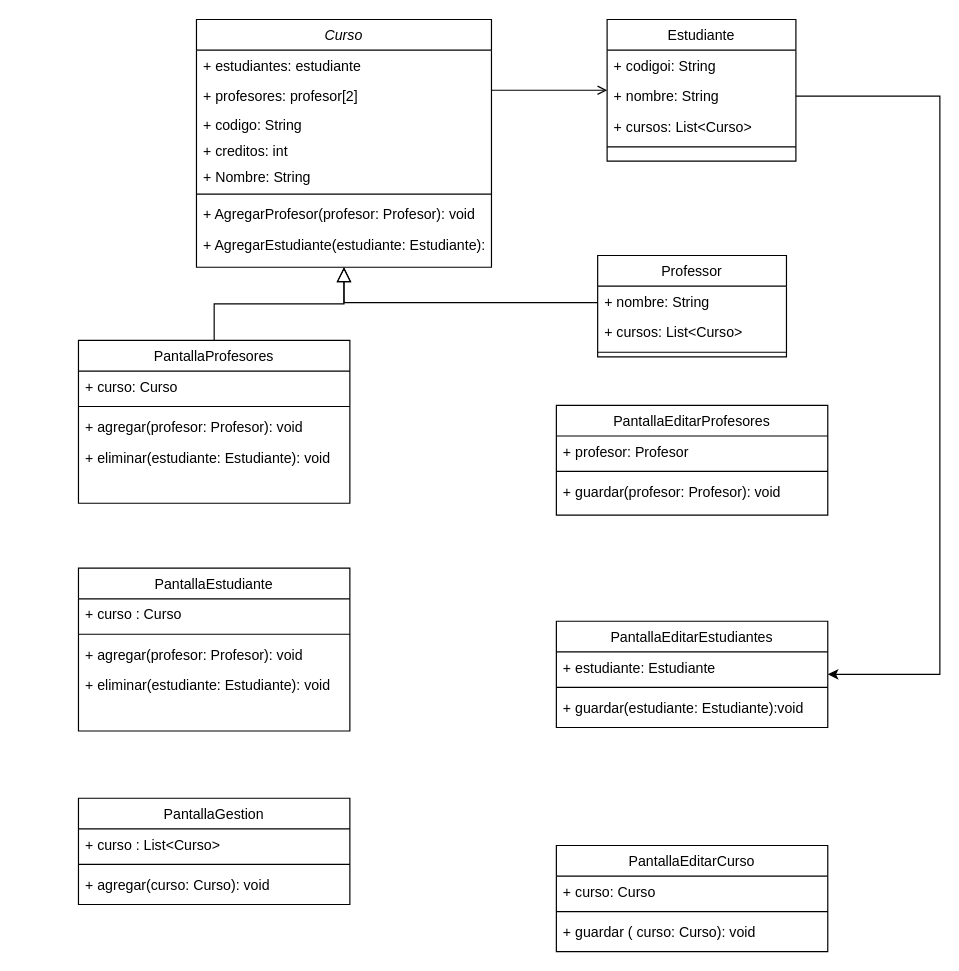
Above: Untitled Diagram.drawio in victovictorio00/Diagramas (draw.io), before the change. Source tidied: cells renumbered, new cells numbered last; positions are measured from the earlier drawing's top-left corner, leaving out a move shared by most shapes. Both pictures are drawn from the tidied source at 118%, with x=0, y=0 at pixel (78, 19).
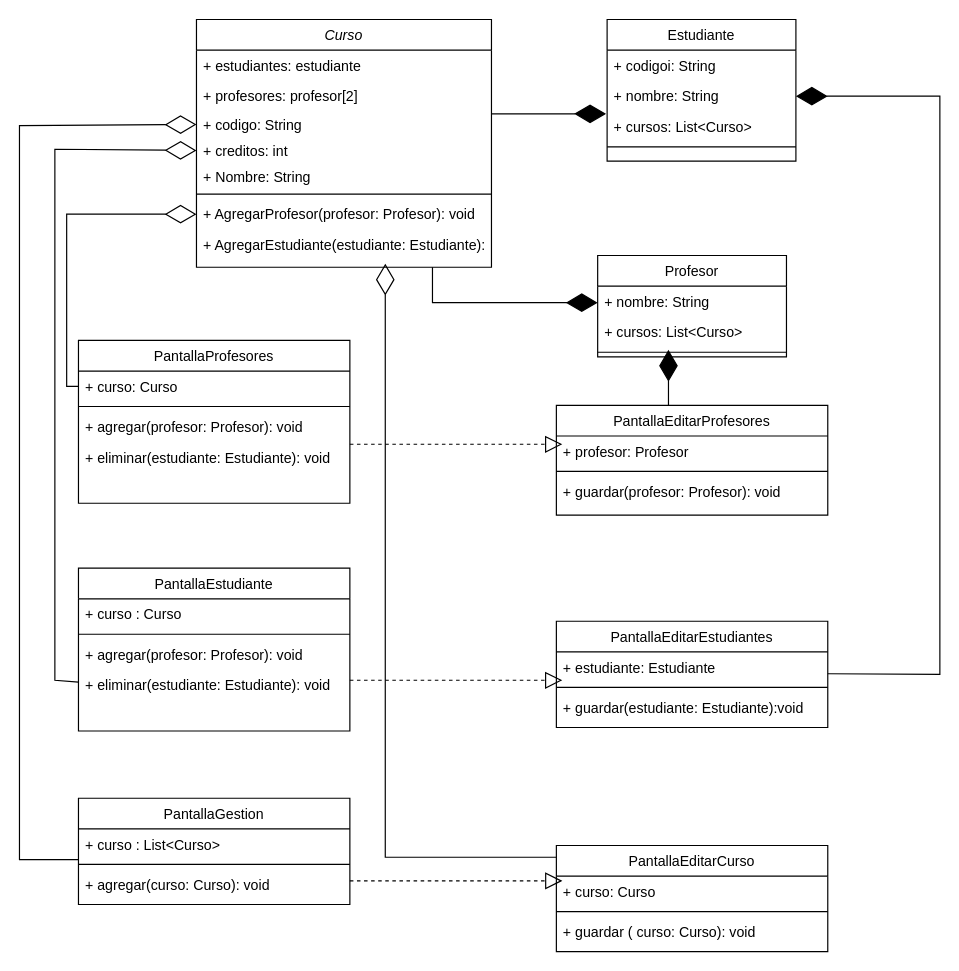
Above is the later version.

Unchanged cells that the change refers to:
```xml
<mxCell id="2" value="Curso" style="swimlane;fontStyle=2;align=center;verticalAlign=top;horizontal=1;startSize=26;rounded=0;shadow=0;strokeWidth=1;direction=east;" parent="1" vertex="1">
  <mxGeometry x="100" width="250" height="210" as="geometry" />
</mxCell>
<mxCell id="5" value="+ codigo: String" style="text;align=left;verticalAlign=middle;spacingLeft=4;spacingRight=4;overflow=hidden;points=[[0,0.5],[1,0.5]];portConstraint=eastwest;rounded=0;shadow=0;html=0;" parent="2" vertex="1">
  <mxGeometry y="78" width="250" height="22" as="geometry" />
</mxCell>
<mxCell id="6" value="+ creditos: int" style="text;align=left;verticalAlign=middle;spacingLeft=4;spacingRight=4;overflow=hidden;points=[[0,0.5],[1,0.5]];portConstraint=eastwest;rounded=0;shadow=0;html=0;" parent="2" vertex="1">
  <mxGeometry y="100" width="250" height="22" as="geometry" />
</mxCell>
<mxCell id="9" value="+ AgregarProfesor(profesor: Profesor): void" style="text;align=left;verticalAlign=top;spacingLeft=4;spacingRight=4;overflow=hidden;points=[[0,0.5],[1,0.5]];portConstraint=eastwest;" parent="2" vertex="1">
  <mxGeometry y="152" width="250" height="26" as="geometry" />
</mxCell>
<mxCell id="10" value="+ AgregarEstudiante(estudiante: Estudiante): void" style="text;align=left;verticalAlign=top;spacingLeft=4;spacingRight=4;overflow=hidden;points=[[0,0.5],[1,0.5]];portConstraint=eastwest;" parent="2" vertex="1">
  <mxGeometry y="178" width="250" height="26" as="geometry" />
</mxCell>
<mxCell id="11" value="PantallaProfesores" style="swimlane;fontStyle=0;align=center;verticalAlign=top;horizontal=1;startSize=26;rounded=0;shadow=0;strokeWidth=1;" parent="1" vertex="1">
  <mxGeometry y="272" width="230" height="138" as="geometry" />
</mxCell>
<mxCell id="12" value="+ curso: Curso" style="text;align=left;verticalAlign=top;spacingLeft=4;spacingRight=4;overflow=hidden;points=[[0,0.5],[1,0.5]];portConstraint=eastwest;" parent="11" vertex="1">
  <mxGeometry y="26" width="230" height="26" as="geometry" />
</mxCell>
<mxCell id="22" value="Estudiante" style="swimlane;fontStyle=0;align=center;verticalAlign=top;horizontal=1;startSize=26;rounded=0;shadow=0;strokeWidth=1;" parent="1" vertex="1">
  <mxGeometry x="448" width="160" height="120" as="geometry" />
</mxCell>
<mxCell id="24" value="+ nombre: String" style="text;align=left;verticalAlign=top;spacingLeft=4;spacingRight=4;overflow=hidden;points=[[0,0.5],[1,0.5]];portConstraint=eastwest;rounded=0;shadow=0;html=0;" parent="22" vertex="1">
  <mxGeometry y="52" width="160" height="26" as="geometry" />
</mxCell>
<mxCell id="25" value="+ cursos: List&lt;Curso&gt;" style="text;align=left;verticalAlign=top;spacingLeft=4;spacingRight=4;overflow=hidden;points=[[0,0.5],[1,0.5]];portConstraint=eastwest;rounded=0;shadow=0;html=0;" parent="22" vertex="1">
  <mxGeometry y="78" width="160" height="26" as="geometry" />
</mxCell>
<mxCell id="28" value="PantallaEstudiante" style="swimlane;fontStyle=0;align=center;verticalAlign=top;horizontal=1;startSize=26;rounded=0;shadow=0;strokeWidth=1;" parent="1" vertex="1">
  <mxGeometry y="465" width="230" height="138" as="geometry" />
</mxCell>
<mxCell id="33" value="PantallaGestion" style="swimlane;fontStyle=0;align=center;verticalAlign=top;horizontal=1;startSize=26;rounded=0;shadow=0;strokeWidth=1;" parent="1" vertex="1">
  <mxGeometry y="660" width="230" height="90" as="geometry" />
</mxCell>
<mxCell id="41" value="PantallaEditarEstudiantes" style="swimlane;fontStyle=0;align=center;verticalAlign=top;horizontal=1;startSize=26;rounded=0;shadow=0;strokeWidth=1;" parent="1" vertex="1">
  <mxGeometry x="405" y="510" width="230" height="90" as="geometry" />
</mxCell>
<mxCell id="45" value="PantallaEditarCurso" style="swimlane;fontStyle=0;align=center;verticalAlign=top;horizontal=1;startSize=26;rounded=0;shadow=0;strokeWidth=1;" parent="1" vertex="1">
  <mxGeometry x="405" y="700" width="230" height="90" as="geometry" />
</mxCell>
<mxCell id="46" value="+ curso: Curso" style="text;align=left;verticalAlign=top;spacingLeft=4;spacingRight=4;overflow=hidden;points=[[0,0.5],[1,0.5]];portConstraint=eastwest;" parent="45" vertex="1">
  <mxGeometry y="26" width="230" height="26" as="geometry" />
</mxCell>
```

What changed in the source:
```diff
@@
-    <mxCell id="16" style="endArrow=block;endSize=10;endFill=0;shadow=0;strokeWidth=1;rounded=0;edgeStyle=elbowEdgeStyle;elbow=vertical;" parent="1" edge="1" source="11" target="2">
-      <mxGeometry relative="1" as="geometry" />
-    </mxCell>
-    <mxCell id="17" value="Professor" style="swimlane;fontStyle=0;align=center;verticalAlign=top;horizontal=1;startSize=26;rounded=0;shadow=0;strokeWidth=1;" parent="1" vertex="1">
+    <mxCell id="17" value="Profesor" style="swimlane;fontStyle=0;align=center;verticalAlign=top;horizontal=1;startSize=26;rounded=0;shadow=0;strokeWidth=1;" parent="1" vertex="1">
       <mxGeometry x="440" y="200" width="160" height="86" as="geometry" />
     </mxCell>
@@
-    <mxCell id="21" style="endArrow=block;endSize=10;endFill=0;shadow=0;strokeWidth=1;rounded=0;edgeStyle=elbowEdgeStyle;elbow=vertical;" parent="1" edge="1" source="17" target="2">
-      <mxGeometry relative="1" as="geometry">
-        <Array as="points">
-          <mxPoint x="460" y="240" />
-          <mxPoint x="400" y="220" />
-        </Array>
-      </mxGeometry>
-    </mxCell>
@@
+    <mxCell id="50" style="endArrow=diamondThin;endFill=1;endSize=24;html=1;rounded=0;entryX=-0.006;entryY=0.077;entryDx=0;entryDy=0;entryPerimeter=0;" parent="22" edge="1" target="25">
+      <mxGeometry relative="1" as="geometry">
+        <mxPoint x="-98" y="80" as="sourcePoint" />
+      </mxGeometry>
+    </mxCell>
@@
-    <mxCell id="27" style="endArrow=open;shadow=0;strokeWidth=1;rounded=0;endFill=1;edgeStyle=elbowEdgeStyle;elbow=vertical;" parent="1" edge="1" source="2" target="22">
-      <mxGeometry x="0.5" y="41" relative="1" as="geometry">
-        <mxPoint x="-40" y="32" as="offset" />
-      </mxGeometry>
-    </mxCell>
@@
+    <mxCell id="51" style="endArrow=diamondThin;endFill=0;endSize=24;html=1;rounded=0;entryX=0;entryY=0.5;entryDx=0;entryDy=0;" parent="28" edge="1" target="6">
+      <mxGeometry relative="1" as="geometry">
+        <mxPoint y="96.5" as="sourcePoint" />
+        <Array as="points">
+          <mxPoint x="-20" y="95" />
+          <mxPoint x="-20" y="-355" />
+        </Array>
+      </mxGeometry>
+    </mxCell>
@@
+    <mxCell id="52" style="endArrow=diamondThin;endFill=0;endSize=24;html=1;rounded=0;entryX=0;entryY=0.5;entryDx=0;entryDy=0;" parent="33" edge="1" target="5">
+      <mxGeometry relative="1" as="geometry">
+        <mxPoint y="52" as="sourcePoint" />
+        <Array as="points">
+          <mxPoint x="-50" y="52" />
+          <mxPoint x="-50" y="-570" />
+        </Array>
+      </mxGeometry>
+    </mxCell>
@@
+    <mxCell id="53" style="endArrow=diamondThin;endFill=0;endSize=24;html=1;rounded=0;entryX=0.64;entryY=1.115;entryDx=0;entryDy=0;entryPerimeter=0;" parent="45" edge="1" target="10">
+      <mxGeometry relative="1" as="geometry">
+        <mxPoint y="10" as="sourcePoint" />
+        <Array as="points">
+          <mxPoint x="-145" y="10" />
+        </Array>
+      </mxGeometry>
+    </mxCell>
@@
-    <mxCell id="49" style="edgeStyle=orthogonalEdgeStyle;rounded=0;jettySize=auto;html=1;exitX=1;exitY=0.5;exitDx=0;exitDy=0;" parent="1" edge="1" source="24" target="41">
-      <mxGeometry relative="1" as="geometry">
-        <Array as="points">
-          <mxPoint x="730" y="65" />
-          <mxPoint x="730" y="555" />
-        </Array>
-      </mxGeometry>
-    </mxCell>
+    <mxCell id="54" style="endArrow=diamondThin;endFill=1;endSize=24;html=1;rounded=0;" parent="1" edge="1">
+      <mxGeometry relative="1" as="geometry">
+        <mxPoint x="300" y="210" as="sourcePoint" />
+        <mxPoint x="440" y="240" as="targetPoint" />
+        <Array as="points">
+          <mxPoint x="300" y="240" />
+        </Array>
+      </mxGeometry>
+    </mxCell>
+    <mxCell id="55" style="endArrow=block;dashed=1;endFill=0;endSize=12;html=1;rounded=0;" parent="1" edge="1">
+      <mxGeometry relative="1" as="geometry">
+        <mxPoint x="230" y="360" as="sourcePoint" />
+        <mxPoint x="410" y="360" as="targetPoint" />
+      </mxGeometry>
+    </mxCell>
+    <mxCell id="56" style="endArrow=block;dashed=1;endFill=0;endSize=12;html=1;rounded=0;" parent="1" edge="1">
+      <mxGeometry relative="1" as="geometry">
+        <mxPoint x="230" y="560" as="sourcePoint" />
+        <mxPoint x="410" y="560" as="targetPoint" />
+      </mxGeometry>
+    </mxCell>
+    <mxCell id="57" style="endArrow=block;dashed=1;endFill=0;endSize=12;html=1;rounded=0;entryX=0.022;entryY=0.154;entryDx=0;entryDy=0;entryPerimeter=0;" parent="1" edge="1" target="46">
+      <mxGeometry relative="1" as="geometry">
+        <mxPoint x="230" y="730" as="sourcePoint" />
+      </mxGeometry>
+    </mxCell>
+    <mxCell id="58" style="endArrow=diamondThin;endFill=1;endSize=24;html=1;rounded=0;" parent="1" edge="1">
+      <mxGeometry relative="1" as="geometry">
+        <mxPoint x="500" y="327" as="sourcePoint" />
+        <mxPoint x="500" y="280" as="targetPoint" />
+      </mxGeometry>
+    </mxCell>
+    <mxCell id="59" style="endArrow=diamondThin;endFill=1;endSize=24;html=1;rounded=0;entryX=1;entryY=0.5;entryDx=0;entryDy=0;" parent="1" edge="1" target="24">
+      <mxGeometry relative="1" as="geometry">
+        <mxPoint x="635" y="554.5" as="sourcePoint" />
+        <Array as="points">
+          <mxPoint x="730" y="555" />
+          <mxPoint x="730" y="65" />
+        </Array>
+      </mxGeometry>
+    </mxCell>
+    <mxCell id="60" style="endArrow=diamondThin;endFill=0;endSize=24;html=1;rounded=0;entryX=0;entryY=0.5;entryDx=0;entryDy=0;exitX=0;exitY=0.5;exitDx=0;exitDy=0;" parent="1" edge="1" source="12" target="9">
+      <mxGeometry relative="1" as="geometry">
+        <Array as="points">
+          <mxPoint x="-10" y="311" />
+          <mxPoint x="-10" y="165" />
+        </Array>
+      </mxGeometry>
+    </mxCell>
```
